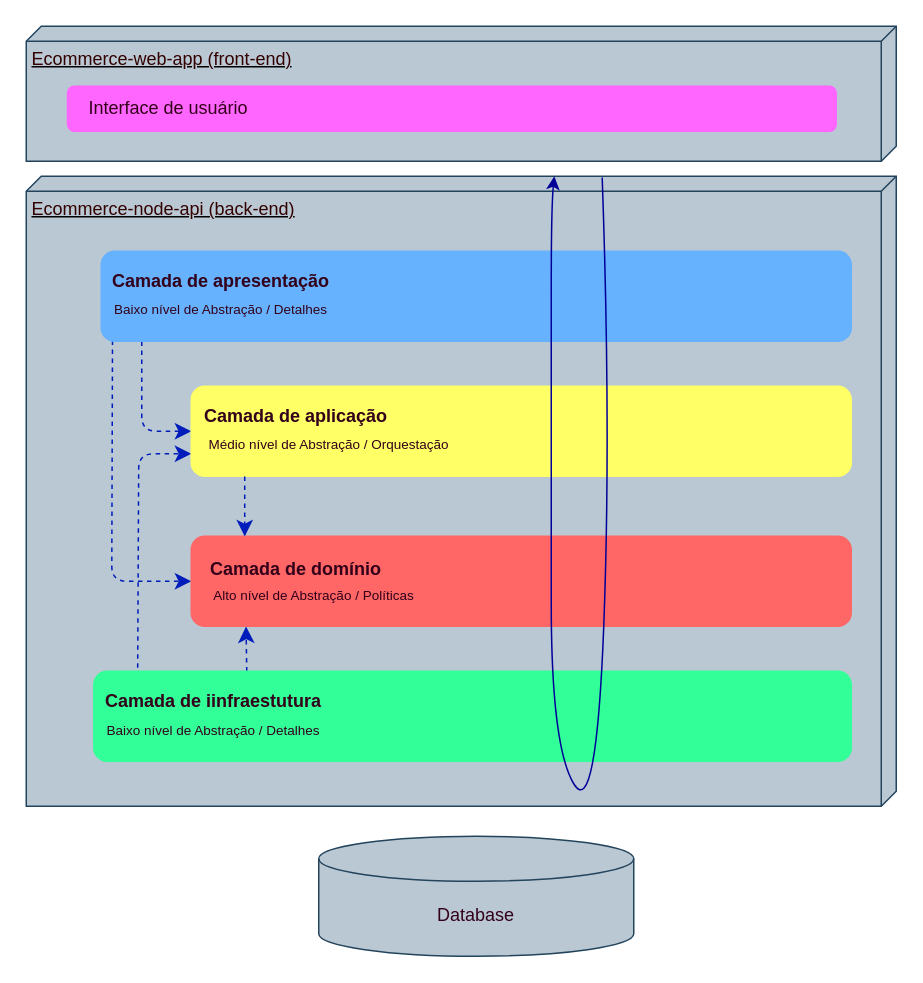
cleilsonalvino/ecommerce-node-api keeps this draw.io diagram as page "Arquitetura em Camadas" (1 of 2) of requirements/ecommerce-arquitetura.drawio. Above is the earlier version. Source tidied: cells renumbered, new cells numbered last; positions are measured from the earlier drawing's top-left corner, leaving out a move shared by most shapes. Both pictures are drawn from the tidied source at 150%, with x=0, y=0 at pixel (26, 26).
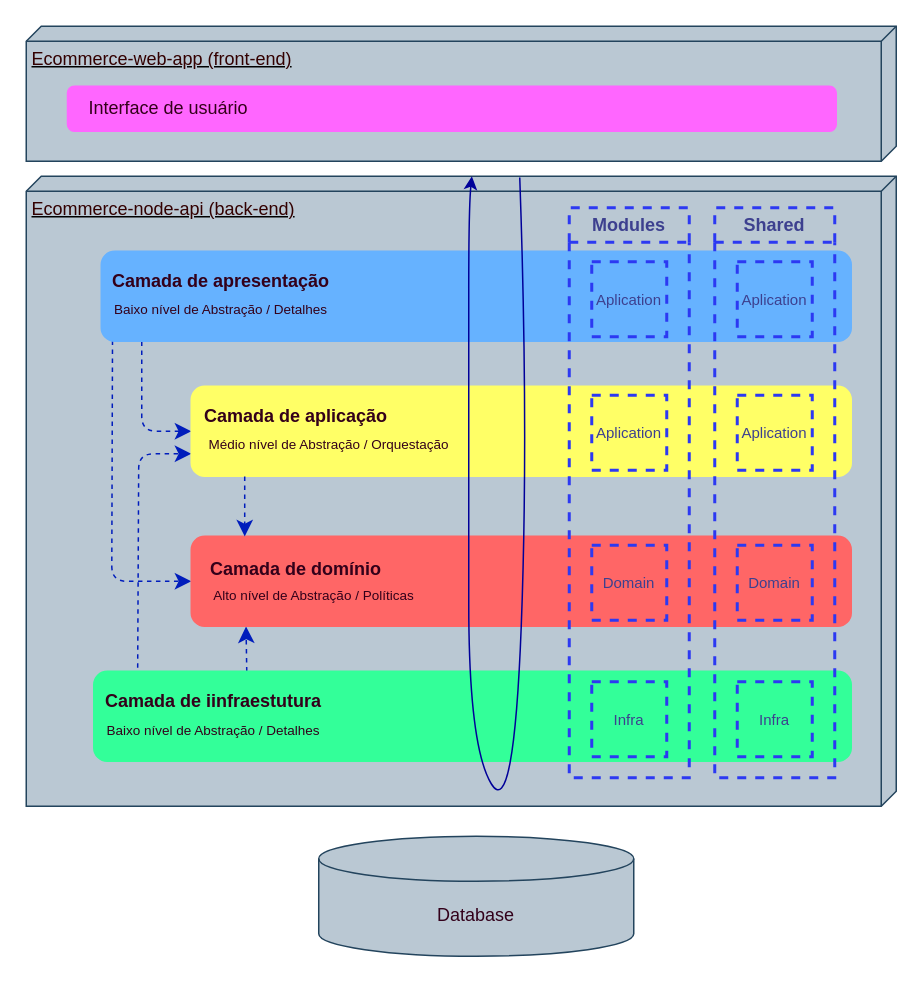
The same diagram, later.

The change refers to these unchanged cells:
```xml
<mxCell id="2" value="&lt;font color=&quot;#330000&quot;&gt;Ecommerce-node-api (back-end)&lt;/font&gt;" style="verticalAlign=top;align=left;spacingTop=8;spacingLeft=2;spacingRight=12;shape=cube;size=10;direction=south;fontStyle=4;html=1;fillColor=#bac8d3;strokeColor=#23445d;" parent="1" vertex="1">
  <mxGeometry y="100" width="580" height="420" as="geometry" />
</mxCell>
```

What changed in the source:
```diff
@@
     <mxCell id="15" style="group;" parent="1" vertex="1">
-      <mxGeometry x="100" y="240" width="450" height="160" as="geometry" />
+      <mxGeometry x="100" y="240" width="450" height="180" as="geometry" />
     </mxCell>
@@
     <mxCell id="19" style="group;" parent="15" vertex="1">
-      <mxGeometry x="10" y="100" width="440" height="60" as="geometry" />
+      <mxGeometry x="10" y="100" width="440" height="80" as="geometry" />
     </mxCell>
@@
-    <mxCell id="28" style="curved=1;endArrow=classic;html=1;fontSize=9;strokeColor=#000099;entryX=0;entryY=0.393;entryDx=0;entryDy=0;entryPerimeter=0;exitX=0.002;exitY=0.338;exitDx=0;exitDy=0;exitPerimeter=0;" parent="1" edge="1" source="2" target="2">
+    <mxCell id="28" style="curved=1;endArrow=classic;html=1;fontSize=9;strokeColor=#000099;entryX=0;entryY=0.393;entryDx=0;entryDy=0;entryPerimeter=0;exitX=0.002;exitY=0.338;exitDx=0;exitDy=0;exitPerimeter=0;" parent="1" edge="1">
       <mxGeometry relative="1" as="geometry">
+        <mxPoint x="329" y="100.8" as="sourcePoint" />
+        <mxPoint x="297.1" y="100" as="targetPoint" />
         <Array as="points">
-          <mxPoint x="390" y="270" />
-          <mxPoint x="380" y="530" />
-          <mxPoint x="350" y="480" />
-          <mxPoint x="350" y="290" />
-          <mxPoint x="350" y="230" />
-          <mxPoint x="350" y="120" />
+          <mxPoint x="335" y="270" />
+          <mxPoint x="325" y="530" />
+          <mxPoint x="295" y="480" />
+          <mxPoint x="295" y="290" />
+          <mxPoint x="295" y="230" />
+          <mxPoint x="295" y="120" />
         </Array>
       </mxGeometry>
     </mxCell>
+    <mxCell id="29" value="Modules" style="swimlane;whiteSpace=wrap;html=1;strokeColor=#2c39f2;fillColor=none;fontColor=#3d408f;dashed=1;strokeWidth=2;" parent="1" vertex="1">
+      <mxGeometry x="362" y="121" width="80" height="380" as="geometry" />
+    </mxCell>
+    <mxCell id="30" value="Domain" style="whiteSpace=wrap;html=1;dashed=1;strokeColor=#2c39f2;strokeWidth=2;fontColor=#3d408f;fillColor=none;fontSize=10;" parent="29" vertex="1">
+      <mxGeometry x="15" y="225" width="50" height="50" as="geometry" />
+    </mxCell>
+    <mxCell id="31" value="&lt;font style=&quot;font-size: 10px;&quot;&gt;Aplication&lt;/font&gt;" style="whiteSpace=wrap;html=1;dashed=1;strokeColor=#2c39f2;strokeWidth=2;fontColor=#3d408f;fillColor=none;fontSize=10;" parent="29" vertex="1">
+      <mxGeometry x="15" y="125" width="50" height="50" as="geometry" />
+    </mxCell>
+    <mxCell id="32" value="&lt;font style=&quot;font-size: 10px;&quot;&gt;Aplication&lt;/font&gt;" style="whiteSpace=wrap;html=1;dashed=1;strokeColor=#2c39f2;strokeWidth=2;fontColor=#3d408f;fillColor=none;fontSize=10;" parent="29" vertex="1">
+      <mxGeometry x="15" y="36" width="50" height="50" as="geometry" />
+    </mxCell>
+    <mxCell id="33" value="Infra" style="whiteSpace=wrap;html=1;dashed=1;strokeColor=#2c39f2;strokeWidth=2;fontColor=#3d408f;fillColor=none;fontSize=10;" parent="29" vertex="1">
+      <mxGeometry x="15" y="316" width="50" height="50" as="geometry" />
+    </mxCell>
+    <mxCell id="34" value="Shared" style="swimlane;whiteSpace=wrap;html=1;strokeColor=#2c39f2;fillColor=none;fontColor=#3d408f;dashed=1;strokeWidth=2;" parent="1" vertex="1">
+      <mxGeometry x="459" y="121" width="80" height="380" as="geometry" />
+    </mxCell>
+    <mxCell id="35" value="Domain" style="whiteSpace=wrap;html=1;dashed=1;strokeColor=#2c39f2;strokeWidth=2;fontColor=#3d408f;fillColor=none;fontSize=10;" parent="34" vertex="1">
+      <mxGeometry x="15" y="225" width="50" height="50" as="geometry" />
+    </mxCell>
+    <mxCell id="36" value="&lt;font style=&quot;font-size: 10px;&quot;&gt;Aplication&lt;/font&gt;" style="whiteSpace=wrap;html=1;dashed=1;strokeColor=#2c39f2;strokeWidth=2;fontColor=#3d408f;fillColor=none;fontSize=10;" parent="34" vertex="1">
+      <mxGeometry x="15" y="125" width="50" height="50" as="geometry" />
+    </mxCell>
+    <mxCell id="37" value="&lt;font style=&quot;font-size: 10px;&quot;&gt;Aplication&lt;/font&gt;" style="whiteSpace=wrap;html=1;dashed=1;strokeColor=#2c39f2;strokeWidth=2;fontColor=#3d408f;fillColor=none;fontSize=10;" parent="34" vertex="1">
+      <mxGeometry x="15" y="36" width="50" height="50" as="geometry" />
+    </mxCell>
+    <mxCell id="38" value="Infra" style="whiteSpace=wrap;html=1;dashed=1;strokeColor=#2c39f2;strokeWidth=2;fontColor=#3d408f;fillColor=none;fontSize=10;" parent="34" vertex="1">
+      <mxGeometry x="15" y="316" width="50" height="50" as="geometry" />
+    </mxCell>
```
